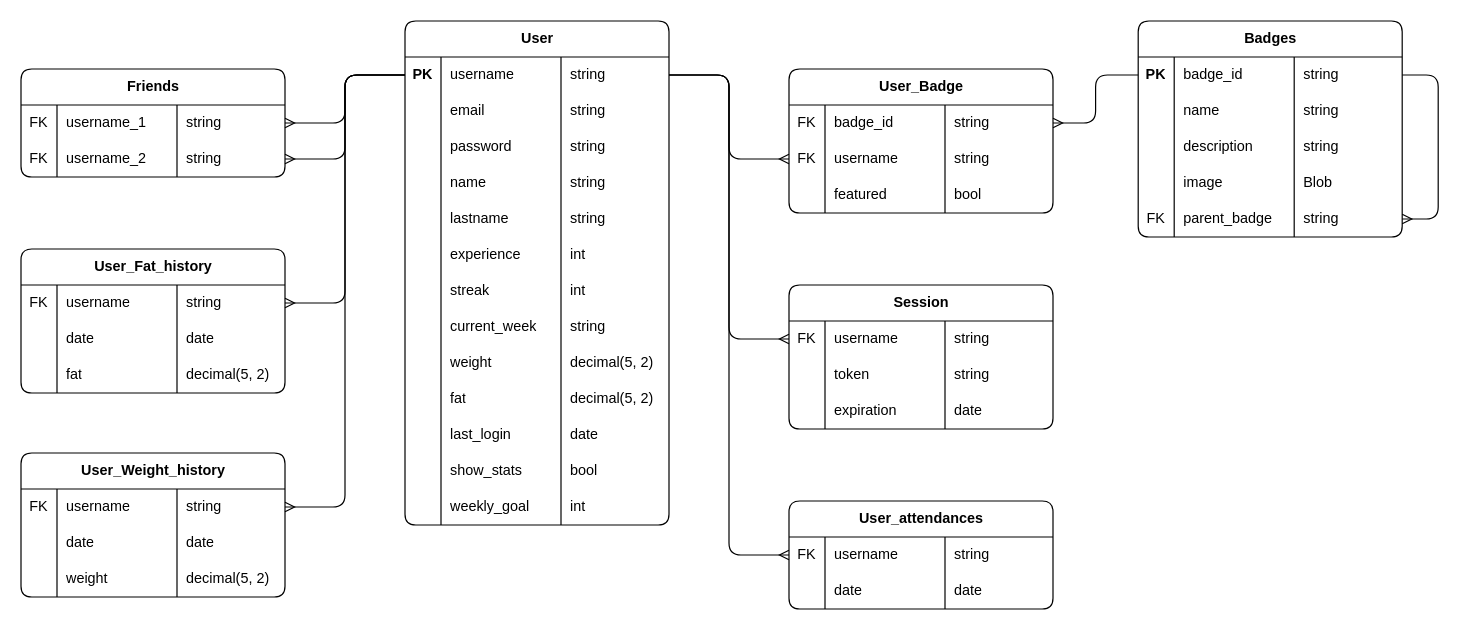
This is docs/DB Model.drawio from TFG-APP-de-gamificacion-del-deporte/gym-badges-web-app, a draw.io file, before an edit. Source tidied: cells renumbered, new cells numbered last; positions are measured from the earlier drawing's top-left corner, leaving out a move shared by most shapes. Both pictures are drawn from the tidied source at 120%, with x=0, y=0 at pixel (20, 20).
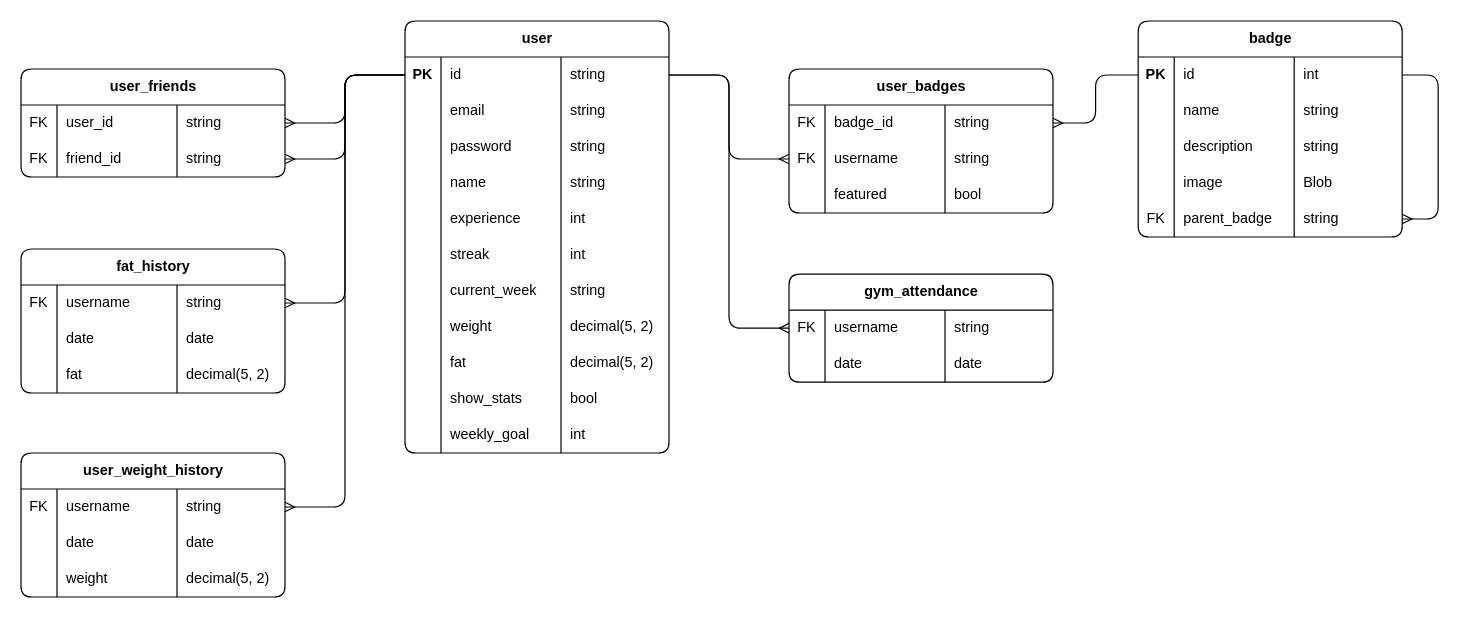
After the change.

Unchanged cells that the change refers to:
```xml
<mxCell id="3" style="shape=tableRow;horizontal=0;startSize=0;swimlaneHead=0;swimlaneBody=0;fillColor=none;points=[[0,0.5],[1,0.5]];portConstraint=eastwest;top=0;left=0;right=0;bottom=0;" parent="2" vertex="1">
  <mxGeometry y="30" width="220" height="30" as="geometry" />
</mxCell>
<mxCell id="93" style="shape=tableRow;horizontal=0;startSize=0;swimlaneHead=0;swimlaneBody=0;fillColor=none;top=0;left=0;right=0;bottom=0;" parent="92" vertex="1">
  <mxGeometry y="30" width="220" height="30" as="geometry" />
</mxCell>
<mxCell id="97" style="shape=tableRow;horizontal=0;startSize=0;swimlaneHead=0;swimlaneBody=0;fillColor=none;points=[[0,0.5],[1,0.5]];portConstraint=eastwest;top=0;left=0;right=0;bottom=0;fontColor=default;textShadow=0;labelBackgroundColor=none;" parent="92" vertex="1">
  <mxGeometry y="60" width="220" height="30" as="geometry" />
</mxCell>
<mxCell id="102" style="shape=tableRow;horizontal=0;startSize=0;swimlaneHead=0;swimlaneBody=0;fillColor=none;points=[[0,0.5],[1,0.5]];portConstraint=eastwest;top=0;left=0;right=0;bottom=0;" parent="101" vertex="1">
  <mxGeometry y="30" width="220" height="30" as="geometry" />
</mxCell>
```

The edit, as a diff of the source:
```diff
@@
-    <mxCell id="2" value="User" style="shape=table;startSize=30;childLayout=tableLayout;rowLines=0;fontStyle=1;align=center;html=1;columnLines=1;perimeter=rectanglePerimeter;rounded=1;shadow=0;swimlaneLine=1;arcSize=10;" parent="1" vertex="1">
-      <mxGeometry x="320" width="220" height="420" as="geometry" />
+    <mxCell id="2" value="user" style="shape=table;startSize=30;childLayout=tableLayout;rowLines=0;fontStyle=1;align=center;html=1;columnLines=1;perimeter=rectanglePerimeter;rounded=1;shadow=0;swimlaneLine=1;arcSize=10;" parent="1" vertex="1">
+      <mxGeometry x="320" width="220" height="360" as="geometry" />
     </mxCell>
@@
-    <mxCell id="5" value="username" style="shape=partialRectangle;fillColor=none;top=0;left=0;bottom=0;right=0;align=left;spacingLeft=6;fontStyle=0;overflow=hidden;whiteSpace=wrap;html=1;strokeColor=default;strokeWidth=1;labelBorderColor=none;" parent="3" vertex="1">
+    <mxCell id="5" value="id" style="shape=partialRectangle;fillColor=none;top=0;left=0;bottom=0;right=0;align=left;spacingLeft=6;fontStyle=0;overflow=hidden;whiteSpace=wrap;html=1;strokeColor=default;strokeWidth=1;labelBorderColor=none;" parent="3" vertex="1">
       <mxGeometry x="30" width="100" height="30" as="geometry" />
     </mxCell>
@@
-    <mxCell id="19" style="shape=tableRow;horizontal=0;startSize=0;swimlaneHead=0;swimlaneBody=0;fillColor=none;top=0;left=0;right=0;bottom=0;" parent="2" vertex="1">
-      <mxGeometry y="150" width="220" height="30" as="geometry" />
-    </mxCell>
-    <mxCell id="20" style="shape=partialRectangle;fillColor=none;top=0;left=0;bottom=0;right=0;overflow=hidden;whiteSpace=wrap;html=1;" parent="19" vertex="1">
-      <mxGeometry width="30" height="30" as="geometry" />
-    </mxCell>
-    <mxCell id="21" value="lastname" style="shape=partialRectangle;fillColor=none;top=0;left=0;bottom=0;right=0;align=left;spacingLeft=6;overflow=hidden;whiteSpace=wrap;html=1;" parent="19" vertex="1">
-      <mxGeometry x="30" width="100" height="30" as="geometry" />
-    </mxCell>
-    <mxCell id="22" value="string" style="shape=partialRectangle;fillColor=none;top=0;left=0;bottom=0;right=0;align=left;spacingLeft=6;overflow=hidden;whiteSpace=wrap;html=1;" parent="19" vertex="1">
-      <mxGeometry x="130" width="90" height="30" as="geometry" />
-    </mxCell>
     <mxCell id="23" style="shape=tableRow;horizontal=0;startSize=0;swimlaneHead=0;swimlaneBody=0;fillColor=none;top=0;left=0;right=0;bottom=0;" parent="2" vertex="1">
-      <mxGeometry y="180" width="220" height="30" as="geometry" />
+      <mxGeometry y="150" width="220" height="30" as="geometry" />
     </mxCell>
@@
     <mxCell id="27" style="shape=tableRow;horizontal=0;startSize=0;swimlaneHead=0;swimlaneBody=0;fillColor=none;top=0;left=0;right=0;bottom=0;" parent="2" vertex="1">
-      <mxGeometry y="210" width="220" height="30" as="geometry" />
+      <mxGeometry y="180" width="220" height="30" as="geometry" />
     </mxCell>
@@
     <mxCell id="31" style="shape=tableRow;horizontal=0;startSize=0;swimlaneHead=0;swimlaneBody=0;fillColor=none;top=0;left=0;right=0;bottom=0;" parent="2" vertex="1">
-      <mxGeometry y="240" width="220" height="30" as="geometry" />
+      <mxGeometry y="210" width="220" height="30" as="geometry" />
     </mxCell>
@@
     <mxCell id="35" style="shape=tableRow;horizontal=0;startSize=0;swimlaneHead=0;swimlaneBody=0;fillColor=none;top=0;left=0;right=0;bottom=0;" parent="2" vertex="1">
-      <mxGeometry y="270" width="220" height="30" as="geometry" />
+      <mxGeometry y="240" width="220" height="30" as="geometry" />
     </mxCell>
@@
     <mxCell id="39" style="shape=tableRow;horizontal=0;startSize=0;swimlaneHead=0;swimlaneBody=0;fillColor=none;top=0;left=0;right=0;bottom=0;" parent="2" vertex="1">
-      <mxGeometry y="300" width="220" height="30" as="geometry" />
+      <mxGeometry y="270" width="220" height="30" as="geometry" />
     </mxCell>
@@
-    <mxCell id="43" style="shape=tableRow;horizontal=0;startSize=0;swimlaneHead=0;swimlaneBody=0;fillColor=none;top=0;left=0;right=0;bottom=0;" parent="2" vertex="1">
-      <mxGeometry y="330" width="220" height="30" as="geometry" />
-    </mxCell>
-    <mxCell id="44" style="shape=partialRectangle;fillColor=none;top=0;left=0;bottom=0;right=0;overflow=hidden;whiteSpace=wrap;html=1;" parent="43" vertex="1">
-      <mxGeometry width="30" height="30" as="geometry" />
-    </mxCell>
-    <mxCell id="45" value="last_login" style="shape=partialRectangle;fillColor=none;top=0;left=0;bottom=0;right=0;align=left;spacingLeft=6;overflow=hidden;whiteSpace=wrap;html=1;" parent="43" vertex="1">
-      <mxGeometry x="30" width="100" height="30" as="geometry" />
-    </mxCell>
-    <mxCell id="46" value="date" style="shape=partialRectangle;fillColor=none;top=0;left=0;bottom=0;right=0;align=left;spacingLeft=6;overflow=hidden;whiteSpace=wrap;html=1;" parent="43" vertex="1">
-      <mxGeometry x="130" width="90" height="30" as="geometry" />
-    </mxCell>
     <mxCell id="47" style="shape=tableRow;horizontal=0;startSize=0;swimlaneHead=0;swimlaneBody=0;fillColor=none;top=0;left=0;right=0;bottom=0;" parent="2" vertex="1">
-      <mxGeometry y="360" width="220" height="30" as="geometry" />
+      <mxGeometry y="300" width="220" height="30" as="geometry" />
     </mxCell>
@@
     <mxCell id="51" style="shape=tableRow;horizontal=0;startSize=0;swimlaneHead=0;swimlaneBody=0;fillColor=none;top=0;left=0;right=0;bottom=0;" parent="2" vertex="1">
-      <mxGeometry y="390" width="220" height="30" as="geometry" />
+      <mxGeometry y="330" width="220" height="30" as="geometry" />
     </mxCell>
@@
-    <mxCell id="55" value="&lt;div&gt;&lt;span style=&quot;background-color: initial;&quot;&gt;User_Weight_history&lt;/span&gt;&lt;br&gt;&lt;/div&gt;" style="shape=table;startSize=30;childLayout=tableLayout;rowLines=0;fontStyle=1;align=center;html=1;columnLines=1;perimeter=rectanglePerimeter;rounded=1;shadow=0;swimlaneLine=1;arcSize=10;" parent="1" vertex="1">
+    <mxCell id="55" value="&lt;div&gt;&lt;span style=&quot;background-color: initial;&quot;&gt;user_weight_history&lt;/span&gt;&lt;br&gt;&lt;/div&gt;" style="shape=table;startSize=30;childLayout=tableLayout;rowLines=0;fontStyle=1;align=center;html=1;columnLines=1;perimeter=rectanglePerimeter;rounded=1;shadow=0;swimlaneLine=1;arcSize=10;" parent="1" vertex="1">
       <mxGeometry y="360" width="220" height="120" as="geometry" />
     </mxCell>
@@
-    <mxCell id="68" value="&lt;div&gt;&lt;span style=&quot;background-color: initial;&quot;&gt;User_Fat_history&lt;/span&gt;&lt;br&gt;&lt;/div&gt;" style="shape=table;startSize=30;childLayout=tableLayout;rowLines=0;fontStyle=1;align=center;html=1;columnLines=1;perimeter=rectanglePerimeter;rounded=1;shadow=0;swimlaneLine=1;arcSize=10;" parent="1" vertex="1">
+    <mxCell id="68" value="&lt;div&gt;&lt;span style=&quot;background-color: initial;&quot;&gt;fat_history&lt;/span&gt;&lt;/div&gt;" style="shape=table;startSize=30;childLayout=tableLayout;rowLines=0;fontStyle=1;align=center;html=1;columnLines=1;perimeter=rectanglePerimeter;rounded=1;shadow=0;swimlaneLine=1;arcSize=10;" parent="1" vertex="1">
       <mxGeometry y="190" width="220" height="120" as="geometry" />
     </mxCell>
@@
-    <mxCell id="81" value="&lt;div&gt;&lt;span style=&quot;background-color: initial;&quot;&gt;User_attendances&lt;/span&gt;&lt;br&gt;&lt;/div&gt;" style="shape=table;startSize=30;childLayout=tableLayout;rowLines=0;fontStyle=1;align=center;html=1;columnLines=1;perimeter=rectanglePerimeter;rounded=1;shadow=0;swimlaneLine=1;arcSize=10;" parent="1" vertex="1">
-      <mxGeometry x="640" y="400" width="220" height="90" as="geometry" />
+    <mxCell id="81" value="&lt;div&gt;&lt;span style=&quot;background-color: initial;&quot;&gt;gym_attendance&lt;/span&gt;&lt;/div&gt;" style="shape=table;startSize=30;childLayout=tableLayout;rowLines=0;fontStyle=1;align=center;html=1;columnLines=1;perimeter=rectanglePerimeter;rounded=1;shadow=0;swimlaneLine=1;arcSize=10;" parent="1" vertex="1">
+      <mxGeometry x="640" y="211" width="220" height="90" as="geometry" />
     </mxCell>
@@
-    <mxCell id="92" value="&lt;div&gt;&lt;span style=&quot;background-color: initial;&quot;&gt;Friends&lt;/span&gt;&lt;/div&gt;" style="shape=table;startSize=30;childLayout=tableLayout;rowLines=0;fontStyle=1;align=center;html=1;columnLines=1;perimeter=rectanglePerimeter;rounded=1;shadow=0;swimlaneLine=1;arcSize=10;swimlaneHead=1;horizontal=1;noLabel=0;" parent="1" vertex="1">
+    <mxCell id="92" value="&lt;div&gt;&lt;span style=&quot;background-color: initial;&quot;&gt;user_friends&lt;/span&gt;&lt;/div&gt;" style="shape=table;startSize=30;childLayout=tableLayout;rowLines=0;fontStyle=1;align=center;html=1;columnLines=1;perimeter=rectanglePerimeter;rounded=1;shadow=0;swimlaneLine=1;arcSize=10;swimlaneHead=1;horizontal=1;noLabel=0;" parent="1" vertex="1">
       <mxGeometry y="40" width="220" height="90" as="geometry" />
     </mxCell>
@@
-    <mxCell id="95" value="username_1" style="shape=partialRectangle;fillColor=none;top=0;left=0;bottom=0;right=0;align=left;spacingLeft=6;fontStyle=0;overflow=hidden;whiteSpace=wrap;html=1;strokeColor=default;strokeWidth=1;labelBorderColor=none;" parent="93" vertex="1">
+    <mxCell id="95" value="user_id" style="shape=partialRectangle;fillColor=none;top=0;left=0;bottom=0;right=0;align=left;spacingLeft=6;fontStyle=0;overflow=hidden;whiteSpace=wrap;html=1;strokeColor=default;strokeWidth=1;labelBorderColor=none;" parent="93" vertex="1">
       <mxGeometry x="30" width="100" height="30" as="geometry" />
     </mxCell>
@@
-    <mxCell id="99" value="username_2&lt;span style=&quot;white-space: pre;&quot;&gt;&#9;&lt;/span&gt;&lt;span style=&quot;white-space: pre;&quot;&gt;&#9;&lt;/span&gt;" style="shape=partialRectangle;fillColor=none;top=0;left=0;bottom=0;right=0;align=left;spacingLeft=6;overflow=hidden;whiteSpace=wrap;html=1;" parent="97" vertex="1">
+    <mxCell id="99" value="friend_id" style="shape=partialRectangle;fillColor=none;top=0;left=0;bottom=0;right=0;align=left;spacingLeft=6;overflow=hidden;whiteSpace=wrap;html=1;" parent="97" vertex="1">
       <mxGeometry x="30" width="100" height="30" as="geometry" />
     </mxCell>
@@
-    <mxCell id="101" value="&lt;div&gt;&lt;span style=&quot;background-color: initial;&quot;&gt;Badges&lt;/span&gt;&lt;br&gt;&lt;/div&gt;" style="shape=table;startSize=30;childLayout=tableLayout;rowLines=0;fontStyle=1;align=center;html=1;columnLines=1;perimeter=rectanglePerimeter;rounded=1;shadow=0;swimlaneLine=1;arcSize=10;" parent="1" vertex="1">
+    <mxCell id="101" value="&lt;div&gt;&lt;span style=&quot;background-color: initial;&quot;&gt;badge&lt;/span&gt;&lt;br&gt;&lt;/div&gt;" style="shape=table;startSize=30;childLayout=tableLayout;rowLines=0;fontStyle=1;align=center;html=1;columnLines=1;perimeter=rectanglePerimeter;rounded=1;shadow=0;swimlaneLine=1;arcSize=10;" parent="1" vertex="1">
       <mxGeometry x="931" width="220" height="180" as="geometry" />
     </mxCell>
@@
-    <mxCell id="104" value="badge_id" style="shape=partialRectangle;fillColor=none;top=0;left=0;bottom=0;right=0;align=left;spacingLeft=6;fontStyle=0;overflow=hidden;whiteSpace=wrap;html=1;strokeColor=default;strokeWidth=1;labelBorderColor=none;" parent="102" vertex="1">
+    <mxCell id="104" value="id" style="shape=partialRectangle;fillColor=none;top=0;left=0;bottom=0;right=0;align=left;spacingLeft=6;fontStyle=0;overflow=hidden;whiteSpace=wrap;html=1;strokeColor=default;strokeWidth=1;labelBorderColor=none;" parent="102" vertex="1">
       <mxGeometry x="30" width="100" height="30" as="geometry" />
     </mxCell>
-    <mxCell id="105" value="string" style="shape=partialRectangle;fillColor=none;top=0;left=0;bottom=0;right=0;align=left;spacingLeft=6;fontStyle=0;overflow=hidden;html=1;strokeColor=default;strokeWidth=1;whiteSpace=wrap;" parent="102" vertex="1">
+    <mxCell id="105" value="int" style="shape=partialRectangle;fillColor=none;top=0;left=0;bottom=0;right=0;align=left;spacingLeft=6;fontStyle=0;overflow=hidden;html=1;strokeColor=default;strokeWidth=1;whiteSpace=wrap;" parent="102" vertex="1">
       <mxGeometry x="130" width="90" height="30" as="geometry" />
     </mxCell>
@@
-    <mxCell id="122" value="&lt;div&gt;&lt;span style=&quot;background-color: initial;&quot;&gt;User_Badge&lt;/span&gt;&lt;br&gt;&lt;/div&gt;" style="shape=table;startSize=30;childLayout=tableLayout;rowLines=0;fontStyle=1;align=center;html=1;columnLines=1;perimeter=rectanglePerimeter;rounded=1;shadow=0;swimlaneLine=1;arcSize=10;" parent="1" vertex="1">
+    <mxCell id="122" value="&lt;div&gt;&lt;span style=&quot;background-color: initial;&quot;&gt;user_badges&lt;/span&gt;&lt;br&gt;&lt;/div&gt;" style="shape=table;startSize=30;childLayout=tableLayout;rowLines=0;fontStyle=1;align=center;html=1;columnLines=1;perimeter=rectanglePerimeter;rounded=1;shadow=0;swimlaneLine=1;arcSize=10;" parent="1" vertex="1">
       <mxGeometry x="640" y="40" width="220" height="120" as="geometry" />
     </mxCell>
@@
-    <mxCell id="135" value="&lt;div&gt;&lt;span style=&quot;background-color: initial;&quot;&gt;Session&lt;/span&gt;&lt;br&gt;&lt;/div&gt;" style="shape=table;startSize=30;childLayout=tableLayout;rowLines=0;fontStyle=1;align=center;html=1;columnLines=1;perimeter=rectanglePerimeter;rounded=1;shadow=0;swimlaneLine=1;arcSize=10;" parent="1" vertex="1">
-      <mxGeometry x="640" y="220" width="220" height="120" as="geometry" />
-    </mxCell>
-    <mxCell id="136" style="shape=tableRow;horizontal=0;startSize=0;swimlaneHead=0;swimlaneBody=0;fillColor=none;points=[[0,0.5],[1,0.5]];portConstraint=eastwest;top=0;left=0;right=0;bottom=0;" parent="135" vertex="1">
-      <mxGeometry y="30" width="220" height="30" as="geometry" />
-    </mxCell>
-    <mxCell id="137" value="&lt;span style=&quot;&quot;&gt;FK&lt;/span&gt;" style="shape=partialRectangle;fillColor=none;top=0;left=0;bottom=0;right=0;fontStyle=0;overflow=hidden;whiteSpace=wrap;html=1;strokeColor=default;strokeWidth=1;" parent="136" vertex="1">
-      <mxGeometry width="30" height="30" as="geometry" />
-    </mxCell>
-    <mxCell id="138" value="username" style="shape=partialRectangle;fillColor=none;top=0;left=0;bottom=0;right=0;align=left;spacingLeft=6;fontStyle=0;overflow=hidden;whiteSpace=wrap;html=1;strokeColor=default;strokeWidth=1;labelBorderColor=none;" parent="136" vertex="1">
-      <mxGeometry x="30" width="100" height="30" as="geometry" />
-    </mxCell>
-    <mxCell id="139" value="string" style="shape=partialRectangle;fillColor=none;top=0;left=0;bottom=0;right=0;align=left;spacingLeft=6;fontStyle=0;overflow=hidden;html=1;strokeColor=default;strokeWidth=1;whiteSpace=wrap;" parent="136" vertex="1">
-      <mxGeometry x="130" width="90" height="30" as="geometry" />
-    </mxCell>
-    <mxCell id="140" style="shape=tableRow;horizontal=0;startSize=0;swimlaneHead=0;swimlaneBody=0;fillColor=none;top=0;left=0;right=0;bottom=0;fontColor=default;textShadow=0;labelBackgroundColor=none;" parent="135" vertex="1">
-      <mxGeometry y="60" width="220" height="30" as="geometry" />
-    </mxCell>
-    <mxCell id="141" style="shape=partialRectangle;fillColor=none;top=0;left=0;bottom=0;right=0;overflow=hidden;whiteSpace=wrap;html=1;" parent="140" vertex="1">
-      <mxGeometry width="30" height="30" as="geometry" />
-    </mxCell>
-    <mxCell id="142" value="token" style="shape=partialRectangle;fillColor=none;top=0;left=0;bottom=0;right=0;align=left;spacingLeft=6;overflow=hidden;whiteSpace=wrap;html=1;" parent="140" vertex="1">
-      <mxGeometry x="30" width="100" height="30" as="geometry" />
-    </mxCell>
-    <mxCell id="143" value="string" style="shape=partialRectangle;fillColor=none;top=0;left=0;bottom=0;right=0;align=left;spacingLeft=6;overflow=hidden;whiteSpace=wrap;html=1;strokeColor=default;" parent="140" vertex="1">
-      <mxGeometry x="130" width="90" height="30" as="geometry" />
-    </mxCell>
-    <mxCell id="144" style="shape=tableRow;horizontal=0;startSize=0;swimlaneHead=0;swimlaneBody=0;fillColor=none;top=0;left=0;right=0;bottom=0;fontColor=default;textShadow=0;labelBackgroundColor=none;" parent="135" vertex="1">
-      <mxGeometry y="90" width="220" height="30" as="geometry" />
-    </mxCell>
-    <mxCell id="145" style="shape=partialRectangle;fillColor=none;top=0;left=0;bottom=0;right=0;overflow=hidden;whiteSpace=wrap;html=1;" parent="144" vertex="1">
-      <mxGeometry width="30" height="30" as="geometry" />
-    </mxCell>
-    <mxCell id="146" value="expiration" style="shape=partialRectangle;fillColor=none;top=0;left=0;bottom=0;right=0;align=left;spacingLeft=6;overflow=hidden;whiteSpace=wrap;html=1;" parent="144" vertex="1">
-      <mxGeometry x="30" width="100" height="30" as="geometry" />
-    </mxCell>
-    <mxCell id="147" value="date" style="shape=partialRectangle;fillColor=none;top=0;left=0;bottom=0;right=0;align=left;spacingLeft=6;overflow=hidden;whiteSpace=wrap;html=1;strokeColor=default;" parent="144" vertex="1">
-      <mxGeometry x="130" width="90" height="30" as="geometry" />
-    </mxCell>
@@
-    <mxCell id="152" style="edgeStyle=orthogonalEdgeStyle;rounded=1;jettySize=auto;html=1;endArrow=none;endFill=0;startArrow=ERmany;startFill=0;curved=0;" parent="1" edge="1" source="136" target="3">
-      <mxGeometry relative="1" as="geometry" />
-    </mxCell>
```
